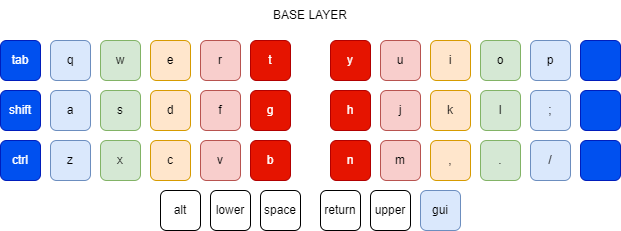
Above: Laybout.png in nlarsen31/zmk-config (draw.io), before the change. Source tidied: cells renumbered, new cells last; positions are measured from the earlier drawing's top-left corner, leaving out a move shared by most shapes.
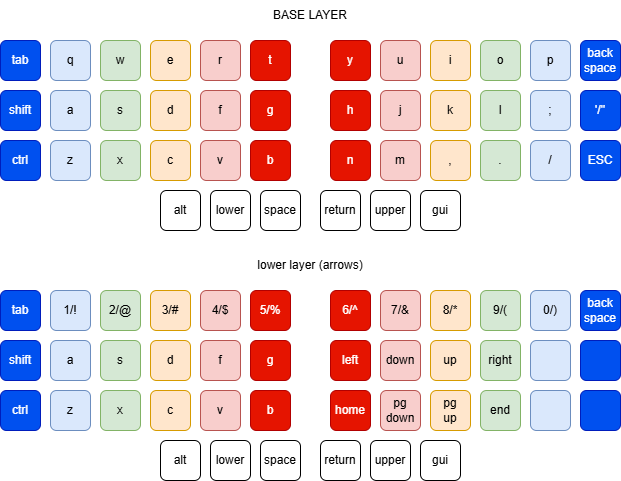
After the change.

Commit message:
Change lower layer to not have BT

Diff of the diagram source:
```diff
@@ -71,7 +71,7 @@
     <mxCell id="24" value="p" style="rounded=1;whiteSpace=wrap;html=1;fillColor=#dae8fc;strokeColor=#6c8ebf;" parent="1" vertex="1">
       <mxGeometry x="530" y="40" width="40" height="40" as="geometry" />
     </mxCell>
-    <mxCell id="25" style="rounded=1;whiteSpace=wrap;html=1;fillColor=#0050ef;strokeColor=#001DBC;fontColor=#ffffff;" parent="1" vertex="1">
+    <mxCell id="25" value="back&lt;div&gt;space&lt;/div&gt;" style="rounded=1;whiteSpace=wrap;html=1;fillColor=#0050ef;strokeColor=#001DBC;fontColor=#ffffff;" parent="1" vertex="1">
       <mxGeometry x="580" y="40" width="40" height="40" as="geometry" />
     </mxCell>
     <mxCell id="26" value="h" style="rounded=1;whiteSpace=wrap;html=1;fillColor=#e51400;strokeColor=#B20000;fontColor=#ffffff;" parent="1" vertex="1">
@@ -89,7 +89,7 @@
     <mxCell id="30" value=";" style="rounded=1;whiteSpace=wrap;html=1;fillColor=#dae8fc;strokeColor=#6c8ebf;" parent="1" vertex="1">
       <mxGeometry x="530" y="90" width="40" height="40" as="geometry" />
     </mxCell>
-    <mxCell id="31" style="rounded=1;whiteSpace=wrap;html=1;fillColor=#0050ef;strokeColor=#001DBC;fontColor=#ffffff;" parent="1" vertex="1">
+    <mxCell id="31" value="'/&quot;" style="rounded=1;whiteSpace=wrap;html=1;fillColor=#0050ef;strokeColor=#001DBC;fontColor=#ffffff;" parent="1" vertex="1">
       <mxGeometry x="580" y="90" width="40" height="40" as="geometry" />
     </mxCell>
     <mxCell id="32" value="n" style="rounded=1;whiteSpace=wrap;html=1;fillColor=#e51400;strokeColor=#B20000;fontColor=#ffffff;" parent="1" vertex="1">
@@ -107,7 +107,7 @@
     <mxCell id="36" value="/" style="rounded=1;whiteSpace=wrap;html=1;fillColor=#dae8fc;strokeColor=#6c8ebf;" parent="1" vertex="1">
       <mxGeometry x="530" y="140" width="40" height="40" as="geometry" />
     </mxCell>
-    <mxCell id="37" style="rounded=1;whiteSpace=wrap;html=1;fillColor=#0050ef;strokeColor=#001DBC;fontColor=#ffffff;" parent="1" vertex="1">
+    <mxCell id="37" value="ESC" style="rounded=1;whiteSpace=wrap;html=1;fillColor=#0050ef;strokeColor=#001DBC;fontColor=#ffffff;" parent="1" vertex="1">
       <mxGeometry x="580" y="140" width="40" height="40" as="geometry" />
     </mxCell>
     <mxCell id="38" value="alt" style="rounded=1;whiteSpace=wrap;html=1;" parent="1" vertex="1">
@@ -125,11 +125,140 @@
     <mxCell id="42" value="upper" style="rounded=1;whiteSpace=wrap;html=1;" parent="1" vertex="1">
       <mxGeometry x="370" y="190" width="40" height="40" as="geometry" />
     </mxCell>
-    <mxCell id="43" value="gui" style="rounded=1;whiteSpace=wrap;html=1;fillColor=#dae8fc;strokeColor=#6c8ebf;" parent="1" vertex="1">
+    <mxCell id="43" value="gui" style="rounded=1;whiteSpace=wrap;html=1;" parent="1" vertex="1">
       <mxGeometry x="420" y="190" width="40" height="40" as="geometry" />
     </mxCell>
     <mxCell id="44" value="BASE LAYER" style="text;html=1;align=center;verticalAlign=middle;whiteSpace=wrap;rounded=1;" parent="1" vertex="1">
       <mxGeometry width="620" height="30" as="geometry" />
     </mxCell>
+    <mxCell id="45" value="tab" style="rounded=1;whiteSpace=wrap;html=1;fillColor=#0050ef;strokeColor=#001DBC;glass=0;shadow=0;fontColor=#ffffff;" parent="1" vertex="1">
+      <mxGeometry y="290" width="40" height="40" as="geometry" />
+    </mxCell>
+    <mxCell id="46" value="1/!" style="rounded=1;whiteSpace=wrap;html=1;fillColor=#dae8fc;strokeColor=#6c8ebf;" parent="1" vertex="1">
+      <mxGeometry x="50" y="290" width="40" height="40" as="geometry" />
+    </mxCell>
+    <mxCell id="47" value="2/@" style="rounded=1;whiteSpace=wrap;html=1;fillColor=#d5e8d4;strokeColor=#82b366;" parent="1" vertex="1">
+      <mxGeometry x="100" y="290" width="40" height="40" as="geometry" />
+    </mxCell>
+    <mxCell id="48" value="3/#" style="rounded=1;whiteSpace=wrap;html=1;fillColor=#ffe6cc;strokeColor=#d79b00;" parent="1" vertex="1">
+      <mxGeometry x="150" y="290" width="40" height="40" as="geometry" />
+    </mxCell>
+    <mxCell id="49" value="4/$" style="rounded=1;whiteSpace=wrap;html=1;fillColor=#f8cecc;strokeColor=#b85450;" parent="1" vertex="1">
+      <mxGeometry x="200" y="290" width="40" height="40" as="geometry" />
+    </mxCell>
+    <mxCell id="50" value="5/%" style="rounded=1;whiteSpace=wrap;html=1;fillColor=#e51400;strokeColor=#B20000;fontColor=#ffffff;" parent="1" vertex="1">
+      <mxGeometry x="250" y="290" width="40" height="40" as="geometry" />
+    </mxCell>
+    <mxCell id="51" value="shift" style="rounded=1;whiteSpace=wrap;html=1;fillColor=#0050ef;strokeColor=#001DBC;glass=0;shadow=0;fontColor=#ffffff;" parent="1" vertex="1">
+      <mxGeometry y="340" width="40" height="40" as="geometry" />
+    </mxCell>
+    <mxCell id="52" value="a" style="rounded=1;whiteSpace=wrap;html=1;fillColor=#dae8fc;strokeColor=#6c8ebf;" parent="1" vertex="1">
+      <mxGeometry x="50" y="340" width="40" height="40" as="geometry" />
+    </mxCell>
+    <mxCell id="53" value="s" style="rounded=1;whiteSpace=wrap;html=1;fillColor=#d5e8d4;strokeColor=#82b366;" parent="1" vertex="1">
+      <mxGeometry x="100" y="340" width="40" height="40" as="geometry" />
+    </mxCell>
+    <mxCell id="54" value="d" style="rounded=1;whiteSpace=wrap;html=1;fillColor=#ffe6cc;strokeColor=#d79b00;" parent="1" vertex="1">
+      <mxGeometry x="150" y="340" width="40" height="40" as="geometry" />
+    </mxCell>
+    <mxCell id="55" value="f" style="rounded=1;whiteSpace=wrap;html=1;fillColor=#f8cecc;strokeColor=#b85450;" parent="1" vertex="1">
+      <mxGeometry x="200" y="340" width="40" height="40" as="geometry" />
+    </mxCell>
+    <mxCell id="56" value="g" style="rounded=1;whiteSpace=wrap;html=1;fillColor=#e51400;strokeColor=#B20000;fontColor=#ffffff;" parent="1" vertex="1">
+      <mxGeometry x="250" y="340" width="40" height="40" as="geometry" />
+    </mxCell>
+    <mxCell id="57" value="ctrl" style="rounded=1;whiteSpace=wrap;html=1;fillColor=#0050ef;strokeColor=#001DBC;glass=0;shadow=0;fontColor=#ffffff;" parent="1" vertex="1">
+      <mxGeometry y="390" width="40" height="40" as="geometry" />
+    </mxCell>
+    <mxCell id="58" value="z" style="rounded=1;whiteSpace=wrap;html=1;fillColor=#dae8fc;strokeColor=#6c8ebf;" parent="1" vertex="1">
+      <mxGeometry x="50" y="390" width="40" height="40" as="geometry" />
+    </mxCell>
+    <mxCell id="59" value="x" style="rounded=1;whiteSpace=wrap;html=1;fillColor=#d5e8d4;strokeColor=#82b366;" parent="1" vertex="1">
+      <mxGeometry x="100" y="390" width="40" height="40" as="geometry" />
+    </mxCell>
+    <mxCell id="60" value="c" style="rounded=1;whiteSpace=wrap;html=1;fillColor=#ffe6cc;strokeColor=#d79b00;" parent="1" vertex="1">
+      <mxGeometry x="150" y="390" width="40" height="40" as="geometry" />
+    </mxCell>
+    <mxCell id="61" value="v" style="rounded=1;whiteSpace=wrap;html=1;fillColor=#f8cecc;strokeColor=#b85450;" parent="1" vertex="1">
+      <mxGeometry x="200" y="390" width="40" height="40" as="geometry" />
+    </mxCell>
+    <mxCell id="62" value="b" style="rounded=1;whiteSpace=wrap;html=1;fillColor=#e51400;strokeColor=#B20000;fontColor=#ffffff;" parent="1" vertex="1">
+      <mxGeometry x="250" y="390" width="40" height="40" as="geometry" />
+    </mxCell>
+    <mxCell id="63" value="6/^" style="rounded=1;whiteSpace=wrap;html=1;fillColor=#e51400;strokeColor=#B20000;fontColor=#ffffff;" parent="1" vertex="1">
+      <mxGeometry x="330" y="290" width="40" height="40" as="geometry" />
+    </mxCell>
+    <mxCell id="64" value="7/&amp;amp;" style="rounded=1;whiteSpace=wrap;html=1;fillColor=#f8cecc;strokeColor=#b85450;" parent="1" vertex="1">
+      <mxGeometry x="380" y="290" width="40" height="40" as="geometry" />
+    </mxCell>
+    <mxCell id="65" value="8/*" style="rounded=1;whiteSpace=wrap;html=1;fillColor=#ffe6cc;strokeColor=#d79b00;" parent="1" vertex="1">
+      <mxGeometry x="430" y="290" width="40" height="40" as="geometry" />
+    </mxCell>
+    <mxCell id="66" value="9/(" style="rounded=1;whiteSpace=wrap;html=1;fillColor=#d5e8d4;strokeColor=#82b366;" parent="1" vertex="1">
+      <mxGeometry x="480" y="290" width="40" height="40" as="geometry" />
+    </mxCell>
+    <mxCell id="67" value="0/)" style="rounded=1;whiteSpace=wrap;html=1;fillColor=#dae8fc;strokeColor=#6c8ebf;" parent="1" vertex="1">
+      <mxGeometry x="530" y="290" width="40" height="40" as="geometry" />
+    </mxCell>
+    <mxCell id="68" value="back&lt;div&gt;space&lt;/div&gt;" style="rounded=1;whiteSpace=wrap;html=1;fillColor=#0050ef;strokeColor=#001DBC;fontColor=#ffffff;" parent="1" vertex="1">
+      <mxGeometry x="580" y="290" width="40" height="40" as="geometry" />
+    </mxCell>
+    <mxCell id="69" value="left" style="rounded=1;whiteSpace=wrap;html=1;fillColor=#e51400;strokeColor=#B20000;fontColor=#ffffff;" parent="1" vertex="1">
+      <mxGeometry x="330" y="340" width="40" height="40" as="geometry" />
+    </mxCell>
+    <mxCell id="70" value="down" style="rounded=1;whiteSpace=wrap;html=1;fillColor=#f8cecc;strokeColor=#b85450;" parent="1" vertex="1">
+      <mxGeometry x="380" y="340" width="40" height="40" as="geometry" />
+    </mxCell>
+    <mxCell id="71" value="up" style="rounded=1;whiteSpace=wrap;html=1;fillColor=#ffe6cc;strokeColor=#d79b00;" parent="1" vertex="1">
+      <mxGeometry x="430" y="340" width="40" height="40" as="geometry" />
+    </mxCell>
+    <mxCell id="72" value="right" style="rounded=1;whiteSpace=wrap;html=1;fillColor=#d5e8d4;strokeColor=#82b366;" parent="1" vertex="1">
+      <mxGeometry x="480" y="340" width="40" height="40" as="geometry" />
+    </mxCell>
+    <mxCell id="73" style="rounded=1;whiteSpace=wrap;html=1;fillColor=#dae8fc;strokeColor=#6c8ebf;" parent="1" vertex="1">
+      <mxGeometry x="530" y="340" width="40" height="40" as="geometry" />
+    </mxCell>
+    <mxCell id="74" style="rounded=1;whiteSpace=wrap;html=1;fillColor=#0050ef;strokeColor=#001DBC;fontColor=#ffffff;" parent="1" vertex="1">
+      <mxGeometry x="580" y="340" width="40" height="40" as="geometry" />
+    </mxCell>
+    <mxCell id="75" value="home" style="rounded=1;whiteSpace=wrap;html=1;fillColor=#e51400;strokeColor=#B20000;fontColor=#ffffff;" parent="1" vertex="1">
+      <mxGeometry x="330" y="390" width="40" height="40" as="geometry" />
+    </mxCell>
+    <mxCell id="76" value="pg&lt;br&gt;down" style="rounded=1;whiteSpace=wrap;html=1;fillColor=#f8cecc;strokeColor=#b85450;" parent="1" vertex="1">
+      <mxGeometry x="380" y="390" width="40" height="40" as="geometry" />
+    </mxCell>
+    <mxCell id="77" value="pg&lt;div&gt;up&lt;/div&gt;" style="rounded=1;whiteSpace=wrap;html=1;fillColor=#ffe6cc;strokeColor=#d79b00;" parent="1" vertex="1">
+      <mxGeometry x="430" y="390" width="40" height="40" as="geometry" />
+    </mxCell>
+    <mxCell id="78" value="end" style="rounded=1;whiteSpace=wrap;html=1;fillColor=#d5e8d4;strokeColor=#82b366;" parent="1" vertex="1">
+      <mxGeometry x="480" y="390" width="40" height="40" as="geometry" />
+    </mxCell>
+    <mxCell id="79" style="rounded=1;whiteSpace=wrap;html=1;fillColor=#dae8fc;strokeColor=#6c8ebf;" parent="1" vertex="1">
+      <mxGeometry x="530" y="390" width="40" height="40" as="geometry" />
+    </mxCell>
+    <mxCell id="80" style="rounded=1;whiteSpace=wrap;html=1;fillColor=#0050ef;strokeColor=#001DBC;fontColor=#ffffff;" parent="1" vertex="1">
+      <mxGeometry x="580" y="390" width="40" height="40" as="geometry" />
+    </mxCell>
+    <mxCell id="81" value="alt" style="rounded=1;whiteSpace=wrap;html=1;" parent="1" vertex="1">
+      <mxGeometry x="160" y="440" width="40" height="40" as="geometry" />
+    </mxCell>
+    <mxCell id="82" value="lower" style="rounded=1;whiteSpace=wrap;html=1;" parent="1" vertex="1">
+      <mxGeometry x="210" y="440" width="40" height="40" as="geometry" />
+    </mxCell>
+    <mxCell id="83" value="space" style="rounded=1;whiteSpace=wrap;html=1;" parent="1" vertex="1">
+      <mxGeometry x="260" y="440" width="40" height="40" as="geometry" />
+    </mxCell>
+    <mxCell id="84" value="return" style="rounded=1;whiteSpace=wrap;html=1;" parent="1" vertex="1">
+      <mxGeometry x="320" y="440" width="40" height="40" as="geometry" />
+    </mxCell>
+    <mxCell id="85" value="upper" style="rounded=1;whiteSpace=wrap;html=1;" parent="1" vertex="1">
+      <mxGeometry x="370" y="440" width="40" height="40" as="geometry" />
+    </mxCell>
+    <mxCell id="86" value="gui" style="rounded=1;whiteSpace=wrap;html=1;" parent="1" vertex="1">
+      <mxGeometry x="420" y="440" width="40" height="40" as="geometry" />
+    </mxCell>
+    <mxCell id="87" value="lower layer (arrows)" style="text;html=1;align=center;verticalAlign=middle;whiteSpace=wrap;rounded=1;" parent="1" vertex="1">
+      <mxGeometry y="250" width="620" height="30" as="geometry" />
+    </mxCell>
   </root>
 </mxGraphModel>
```
